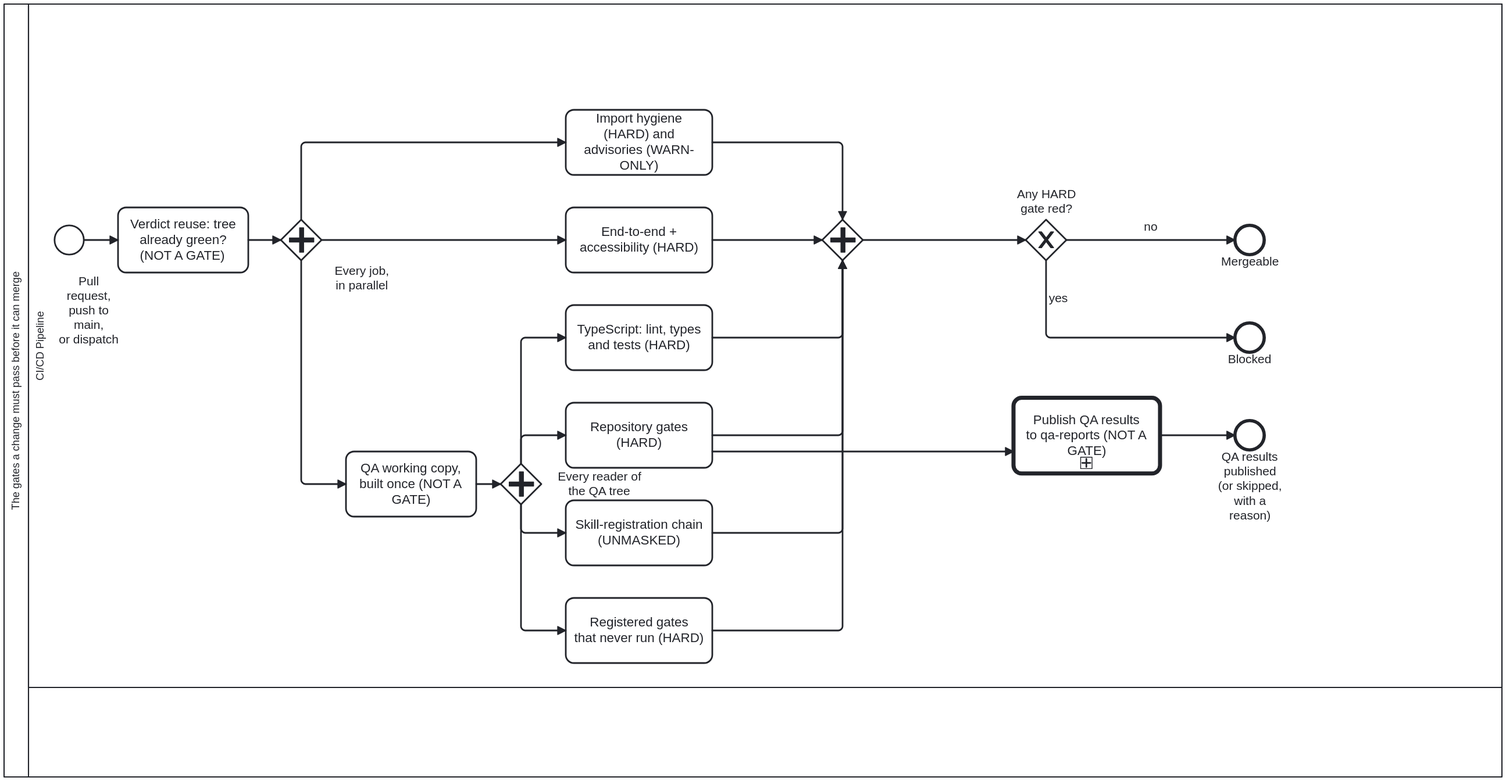
litlfred/cat-harness keeps this BPMN diagram as docs/assets/img/workflows/code-quality-gates.svg. Above is the earlier version. Its source is kept beside it as processes/sdlc/code-quality-gates.bpmn. Ids are renumbered.
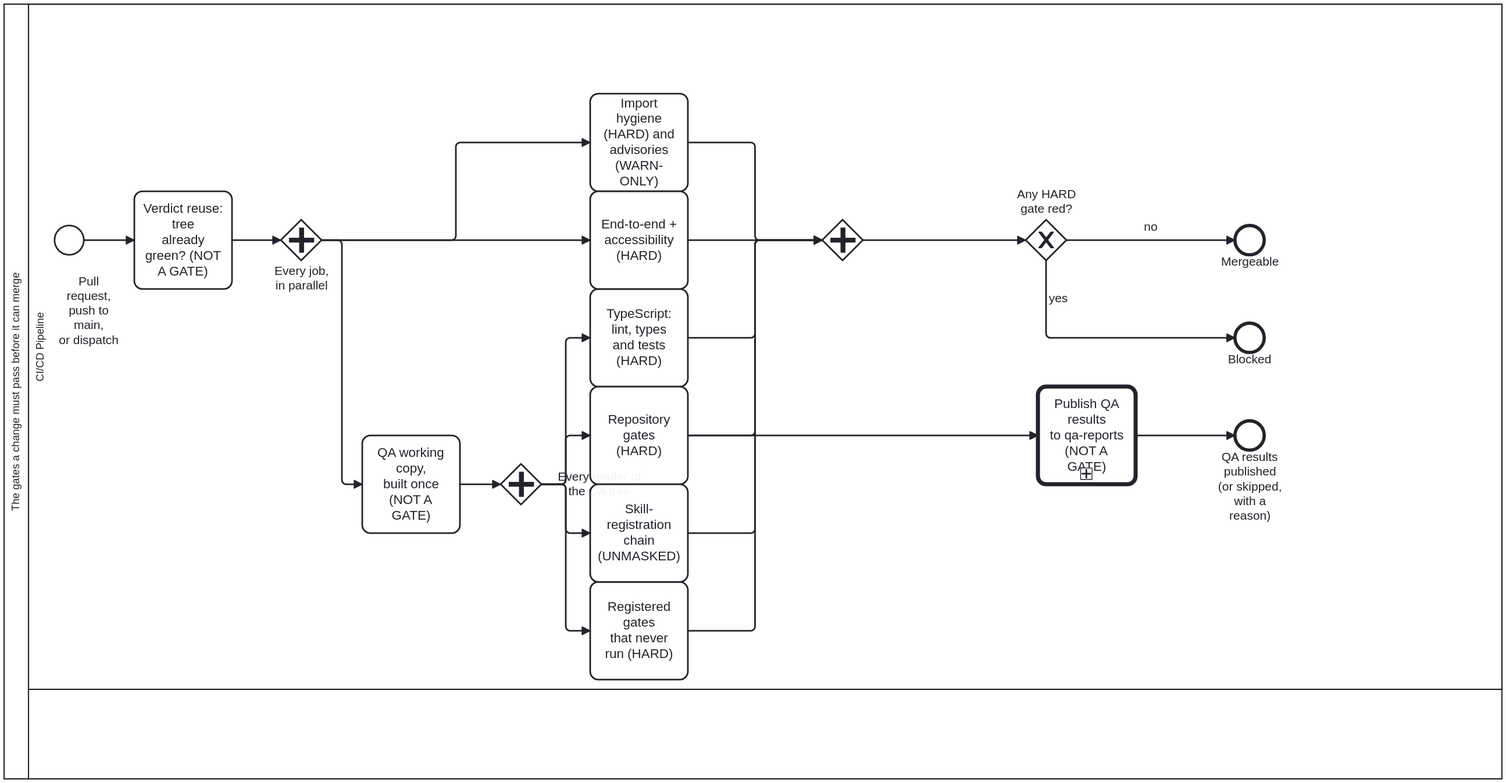
After the change.

Change to the diagram source:
```diff
@@ -191,46 +191,46 @@
   <bpmndi:BPMNDiagram id="Diagram_Process_CodeQualityGates">
     <bpmndi:BPMNPlane id="Plane_Process_CodeQualityGates" bpmnElement="Collaboration_Process_CodeQualityGates">
       <bpmndi:BPMNShape id="Shape_Participant_Process_CodeQualityGates" bpmnElement="Participant_Process_CodeQualityGates" isHorizontal="true">
-        <dc:Bounds x="60" y="60" width="1840" height="950" />
+        <dc:Bounds x="60" y="60" width="1840" height="952" />
       </bpmndi:BPMNShape>
       <bpmndi:BPMNShape id="Shape_Lane_Ci" bpmnElement="Lane_Ci" isHorizontal="true">
-        <dc:Bounds x="90" y="60" width="1810" height="840" />
+        <dc:Bounds x="90" y="60" width="1810" height="842" />
       </bpmndi:BPMNShape>
       <bpmndi:BPMNShape id="Shape_Start_Change" bpmnElement="Start_Change">
         <dc:Bounds x="122" y="332" width="36" height="36" />
-        <bpmndi:BPMNLabel><dc:Bounds x="119" y="391.5" width="90" height="90" /></bpmndi:BPMNLabel>
-      </bpmndi:BPMNShape>
+
+      <bpmndi:BPMNLabel><dc:Bounds x="119" y="391.5" width="90" height="90" /></bpmndi:BPMNLabel></bpmndi:BPMNShape>
       <bpmndi:BPMNShape id="Shape_Task_VerdictReuse" bpmnElement="Task_VerdictReuse">
-        <dc:Bounds x="200" y="310" width="160" height="80" />
+        <dc:Bounds x="220" y="290" width="120" height="120" />
       </bpmndi:BPMNShape>
       <bpmndi:BPMNShape id="Shape_GW_Fork" bpmnElement="GW_Fork">
         <dc:Bounds x="400" y="325" width="50" height="50" />
 
-      <bpmndi:BPMNLabel><dc:Bounds x="454" y="379" width="90" height="36" /></bpmndi:BPMNLabel></bpmndi:BPMNShape>
+      <bpmndi:BPMNLabel><dc:Bounds x="380" y="379" width="90" height="36" /></bpmndi:BPMNLabel></bpmndi:BPMNShape>
       <bpmndi:BPMNShape id="Shape_Task_QaWorkingCopy" bpmnElement="Task_QaWorkingCopy">
-        <dc:Bounds x="480" y="610" width="160" height="80" />
+        <dc:Bounds x="500" y="590" width="120" height="120" />
       </bpmndi:BPMNShape>
       <bpmndi:BPMNShape id="Shape_GW_Readers" bpmnElement="GW_Readers">
         <dc:Bounds x="670" y="625" width="50" height="50" />
-        <bpmndi:BPMNLabel><dc:Bounds x="724" y="632" width="135" height="36" /></bpmndi:BPMNLabel>
-      </bpmndi:BPMNShape>
+
+      <bpmndi:BPMNLabel><dc:Bounds x="724" y="632" width="135" height="36" /></bpmndi:BPMNLabel></bpmndi:BPMNShape>
       <bpmndi:BPMNShape id="Shape_Task_Hygiene" bpmnElement="Task_Hygiene">
-        <dc:Bounds x="750" y="190" width="180" height="80" />
+        <dc:Bounds x="780" y="170" width="120" height="120" />
       </bpmndi:BPMNShape>
       <bpmndi:BPMNShape id="Shape_Task_E2E" bpmnElement="Task_E2E">
-        <dc:Bounds x="750" y="310" width="180" height="80" />
+        <dc:Bounds x="780" y="290" width="120" height="120" />
       </bpmndi:BPMNShape>
       <bpmndi:BPMNShape id="Shape_Task_TypeScript" bpmnElement="Task_TypeScript">
-        <dc:Bounds x="750" y="430" width="180" height="80" />
+        <dc:Bounds x="780" y="410" width="120" height="120" />
       </bpmndi:BPMNShape>
       <bpmndi:BPMNShape id="Shape_Task_RepositoryGates" bpmnElement="Task_RepositoryGates">
-        <dc:Bounds x="750" y="550" width="180" height="80" />
+        <dc:Bounds x="780" y="530" width="120" height="120" />
       </bpmndi:BPMNShape>
       <bpmndi:BPMNShape id="Shape_Task_SkillChain" bpmnElement="Task_SkillChain">
-        <dc:Bounds x="750" y="670" width="180" height="80" />
+        <dc:Bounds x="780" y="650" width="120" height="120" />
       </bpmndi:BPMNShape>
       <bpmndi:BPMNShape id="Shape_Task_UnrunGates" bpmnElement="Task_UnrunGates">
-        <dc:Bounds x="750" y="790" width="180" height="80" />
+        <dc:Bounds x="780" y="770" width="120" height="120" />
       </bpmndi:BPMNShape>
       <bpmndi:BPMNShape id="Shape_GW_Join" bpmnElement="GW_Join">
         <dc:Bounds x="1065" y="325" width="50" height="50" />
@@ -246,85 +246,96 @@
         <dc:Bounds x="1572" y="452" width="36" height="36" />
       </bpmndi:BPMNShape>
       <bpmndi:BPMNShape id="Shape_Task_QaPublish" bpmnElement="Task_QaPublish">
-        <dc:Bounds x="1300" y="543.5" width="180" height="93" />
+        <dc:Bounds x="1330" y="530" width="120" height="120" />
       </bpmndi:BPMNShape>
       <bpmndi:BPMNShape id="Shape_End_Published" bpmnElement="End_Published">
         <dc:Bounds x="1572" y="572" width="36" height="36" />
       </bpmndi:BPMNShape>
       <bpmndi:BPMNEdge id="Edge_Flow_0" bpmnElement="Flow_0">
-        <di:waypoint x="158" y="350"/>
-        <di:waypoint x="200" y="350"/>
+        <di:waypoint x="158" y="350" />
+        <di:waypoint x="220" y="350" />
       </bpmndi:BPMNEdge>
       <bpmndi:BPMNEdge id="Edge_Flow_24" bpmnElement="Flow_24">
-        <di:waypoint x="360" y="350"/>
-        <di:waypoint x="400" y="350"/>
+        <di:waypoint x="340" y="350" />
+        <di:waypoint x="400" y="350" />
       </bpmndi:BPMNEdge>
       <bpmndi:BPMNEdge id="Edge_Flow_1" bpmnElement="Flow_1">
-        <di:waypoint x="425" y="325"/>
-        <di:waypoint x="425" y="230"/>
-        <di:waypoint x="750" y="230"/>
+        <di:waypoint x="450" y="350" />
+        <di:waypoint x="615" y="350" />
+        <di:waypoint x="615" y="230" />
+        <di:waypoint x="780" y="230" />
       </bpmndi:BPMNEdge>
       <bpmndi:BPMNEdge id="Edge_Flow_4" bpmnElement="Flow_4">
-        <di:waypoint x="450" y="350"/>
-        <di:waypoint x="750" y="350"/>
+        <di:waypoint x="450" y="350" />
+        <di:waypoint x="780" y="350" />
       </bpmndi:BPMNEdge>
       <bpmndi:BPMNEdge id="Edge_Flow_25" bpmnElement="Flow_25">
-        <di:waypoint x="425" y="375"/>
-        <di:waypoint x="425" y="650"/>
-        <di:waypoint x="480" y="650"/>
+        <di:waypoint x="450" y="350" />
+        <di:waypoint x="475" y="350" />
+        <di:waypoint x="475" y="650" />
+        <di:waypoint x="500" y="650" />
       </bpmndi:BPMNEdge>
       <bpmndi:BPMNEdge id="Edge_Flow_26" bpmnElement="Flow_26">
-        <di:waypoint x="640" y="650"/>
-        <di:waypoint x="670" y="650"/>
+        <di:waypoint x="620" y="650" />
+        <di:waypoint x="670" y="650" />
       </bpmndi:BPMNEdge>
       <bpmndi:BPMNEdge id="Edge_Flow_3" bpmnElement="Flow_3">
-        <di:waypoint x="695" y="625"/>
-        <di:waypoint x="695" y="470"/>
-        <di:waypoint x="750" y="470"/>
+        <di:waypoint x="720" y="650" />
+        <di:waypoint x="750" y="650" />
+        <di:waypoint x="750" y="470" />
+        <di:waypoint x="780" y="470" />
       </bpmndi:BPMNEdge>
       <bpmndi:BPMNEdge id="Edge_Flow_16" bpmnElement="Flow_16">
-        <di:waypoint x="695" y="625"/>
-        <di:waypoint x="695" y="590"/>
-        <di:waypoint x="750" y="590"/>
+        <di:waypoint x="720" y="650" />
+        <di:waypoint x="750" y="650" />
+        <di:waypoint x="750" y="590" />
+        <di:waypoint x="780" y="590" />
       </bpmndi:BPMNEdge>
       <bpmndi:BPMNEdge id="Edge_Flow_18" bpmnElement="Flow_18">
-        <di:waypoint x="695" y="675"/>
-        <di:waypoint x="695" y="710"/>
-        <di:waypoint x="750" y="710"/>
+        <di:waypoint x="720" y="650" />
+        <di:waypoint x="750" y="650" />
+        <di:waypoint x="750" y="710" />
+        <di:waypoint x="780" y="710" />
       </bpmndi:BPMNEdge>
       <bpmndi:BPMNEdge id="Edge_Flow_20" bpmnElement="Flow_20">
-        <di:waypoint x="695" y="675"/>
-        <di:waypoint x="695" y="830"/>
-        <di:waypoint x="750" y="830"/>
+        <di:waypoint x="720" y="650" />
+        <di:waypoint x="750" y="650" />
+        <di:waypoint x="750" y="830" />
+        <di:waypoint x="780" y="830" />
       </bpmndi:BPMNEdge>
       <bpmndi:BPMNEdge id="Edge_Flow_6" bpmnElement="Flow_6">
-        <di:waypoint x="930" y="230"/>
-        <di:waypoint x="1090" y="230"/>
-        <di:waypoint x="1090" y="325"/>
+        <di:waypoint x="900" y="230" />
+        <di:waypoint x="982.5" y="230" />
+        <di:waypoint x="982.5" y="350" />
+        <di:waypoint x="1065" y="350" />
       </bpmndi:BPMNEdge>
       <bpmndi:BPMNEdge id="Edge_Flow_9" bpmnElement="Flow_9">
-        <di:waypoint x="930" y="350"/>
-        <di:waypoint x="1065" y="350"/>
+        <di:waypoint x="900" y="350" />
+        <di:waypoint x="1065" y="350" />
       </bpmndi:BPMNEdge>
       <bpmndi:BPMNEdge id="Edge_Flow_8" bpmnElement="Flow_8">
-        <di:waypoint x="930" y="470"/>
-        <di:waypoint x="1090" y="470"/>
-        <di:waypoint x="1090" y="375"/>
+        <di:waypoint x="900" y="470" />
+        <di:waypoint x="982.5" y="470" />
+        <di:waypoint x="982.5" y="350" />
+        <di:waypoint x="1065" y="350" />
       </bpmndi:BPMNEdge>
       <bpmndi:BPMNEdge id="Edge_Flow_17" bpmnElement="Flow_17">
-        <di:waypoint x="930" y="590"/>
-        <di:waypoint x="1090" y="590"/>
-        <di:waypoint x="1090" y="375"/>
+        <di:waypoint x="900" y="590" />
+        <di:waypoint x="982.5" y="590" />
+        <di:waypoint x="982.5" y="350" />
+        <di:waypoint x="1065" y="350" />
       </bpmndi:BPMNEdge>
       <bpmndi:BPMNEdge id="Edge_Flow_19" bpmnElement="Flow_19">
-        <di:waypoint x="930" y="710"/>
-        <di:waypoint x="1090" y="710"/>
-        <di:waypoint x="1090" y="375"/>
+        <di:waypoint x="900" y="710" />
+        <di:waypoint x="982.5" y="710" />
+        <di:waypoint x="982.5" y="350" />
+        <di:waypoint x="1065" y="350" />
       </bpmndi:BPMNEdge>
       <bpmndi:BPMNEdge id="Edge_Flow_21" bpmnElement="Flow_21">
-        <di:waypoint x="930" y="830"/>
-        <di:waypoint x="1090" y="830"/>
-        <di:waypoint x="1090" y="375"/>
+        <di:waypoint x="900" y="830" />
+        <di:waypoint x="982.5" y="830" />
+        <di:waypoint x="982.5" y="350" />
+        <di:waypoint x="1065" y="350" />
       </bpmndi:BPMNEdge>
       <bpmndi:BPMNEdge id="Edge_Flow_11" bpmnElement="Flow_11">
         <di:waypoint x="1115" y="350"/>
@@ -340,11 +351,11 @@
         <di:waypoint x="1572" y="470"/>
       </bpmndi:BPMNEdge>
       <bpmndi:BPMNEdge id="Edge_Flow_22" bpmnElement="Flow_22">
-        <di:waypoint x="930" y="610" />
-        <di:waypoint x="1300" y="610" />
+        <di:waypoint x="900" y="590" />
+        <di:waypoint x="1330" y="590" />
       </bpmndi:BPMNEdge>
       <bpmndi:BPMNEdge id="Edge_Flow_23" bpmnElement="Flow_23">
-        <di:waypoint x="1480" y="590" />
+        <di:waypoint x="1450" y="590" />
         <di:waypoint x="1572" y="590" />
       </bpmndi:BPMNEdge>
     </bpmndi:BPMNPlane>
```
